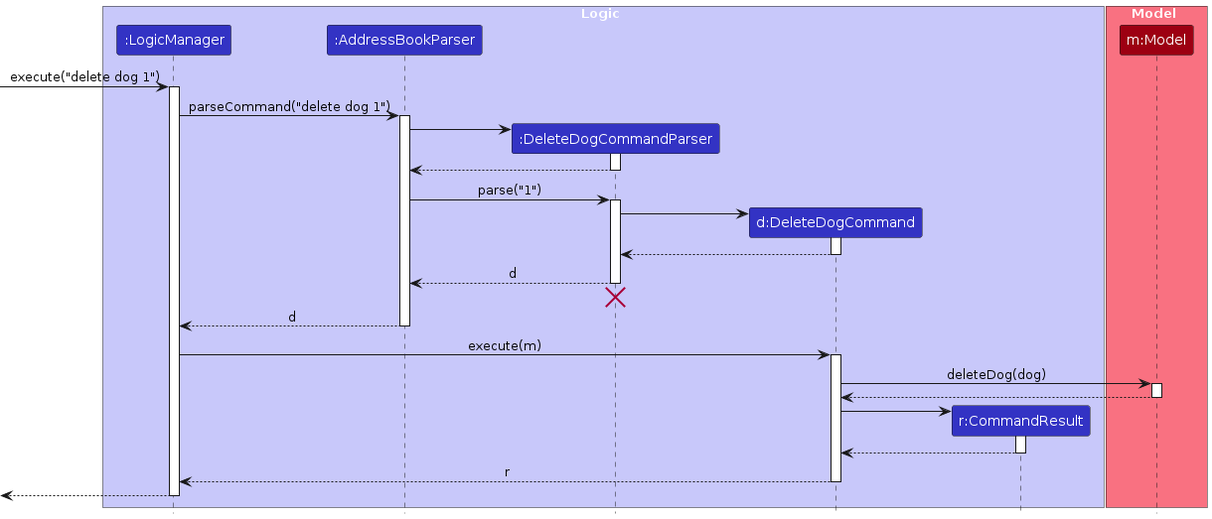
The PlantUML diagram diagrams/DeleteSequenceDiagram.png in AY2627S1-CS2103T-T15-4/tp, before a commit. Its source is kept beside it as diagrams/DeleteSequenceDiagram.puml. The source it was exported from:
```plantuml
@startuml
!include style.puml
skinparam ArrowFontStyle plain

box Logic LOGIC_COLOR_T1
participant ":LogicManager" as LogicManager LOGIC_COLOR
participant ":AddressBookParser" as AddressBookParser LOGIC_COLOR
participant ":DeleteDogCommandParser" as DeleteDogCommandParser LOGIC_COLOR
participant "d:DeleteDogCommand" as DeleteDogCommand LOGIC_COLOR
participant "r:CommandResult" as CommandResult LOGIC_COLOR
end box

box Model MODEL_COLOR_T1
participant "m:Model" as Model MODEL_COLOR
end box

[-> LogicManager : execute("delete dog 1")
activate LogicManager

LogicManager -> AddressBookParser : parseCommand("delete dog 1")
activate AddressBookParser

create DeleteDogCommandParser
AddressBookParser -> DeleteDogCommandParser
activate DeleteDogCommandParser

DeleteDogCommandParser --> AddressBookParser
deactivate DeleteDogCommandParser

AddressBookParser -> DeleteDogCommandParser : parse("1")
activate DeleteDogCommandParser

create DeleteDogCommand
DeleteDogCommandParser -> DeleteDogCommand
activate DeleteDogCommand

DeleteDogCommand --> DeleteDogCommandParser :
deactivate DeleteDogCommand

DeleteDogCommandParser --> AddressBookParser : d
deactivate DeleteDogCommandParser
DeleteDogCommandParser -[hidden]-> AddressBookParser
destroy DeleteDogCommandParser

AddressBookParser --> LogicManager : d
deactivate AddressBookParser

LogicManager -> DeleteDogCommand : execute(m)
activate DeleteDogCommand

DeleteDogCommand -> Model : deleteDog(dog)
activate Model

Model --> DeleteDogCommand
deactivate Model

create CommandResult
DeleteDogCommand -> CommandResult
activate CommandResult

CommandResult --> DeleteDogCommand
deactivate CommandResult

DeleteDogCommand --> LogicManager : r
deactivate DeleteDogCommand

[<--LogicManager
deactivate LogicManager
@enduml
```
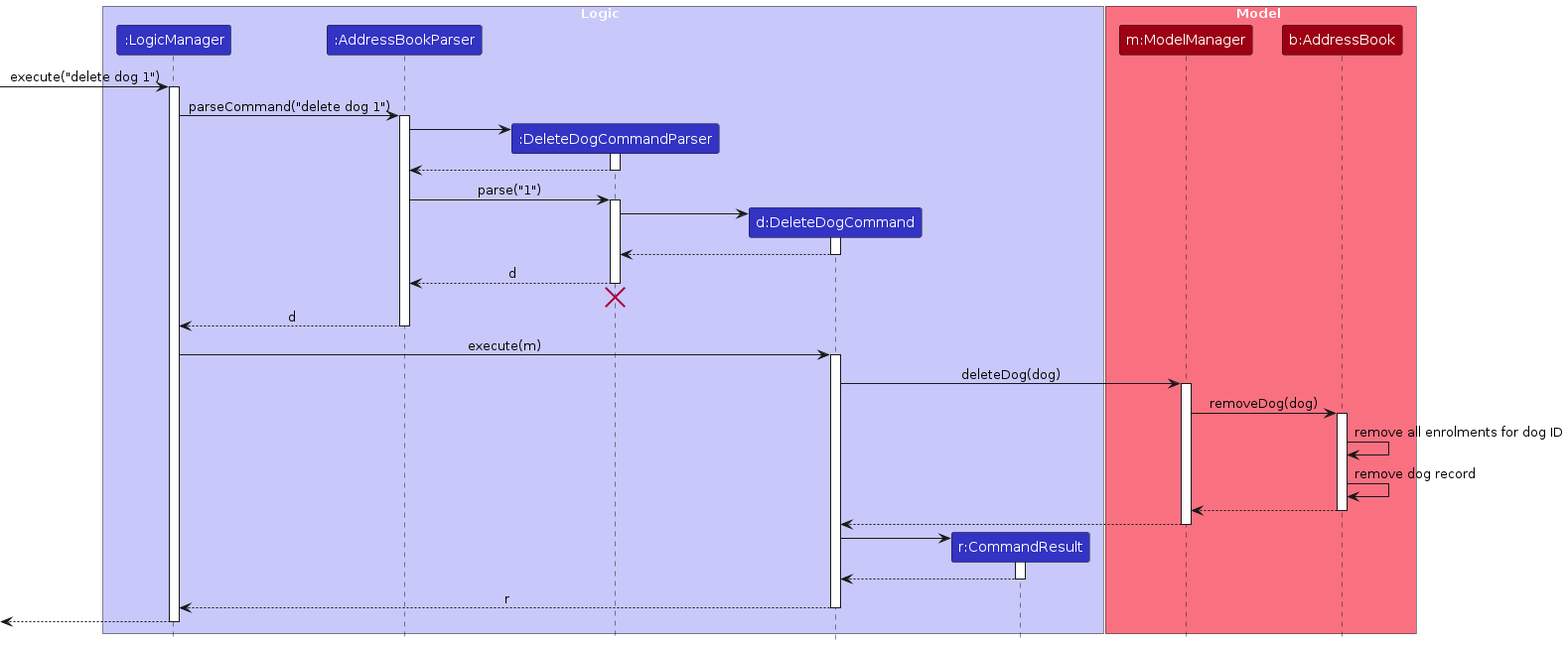
The same file after the commit.

Change to the diagram source:
```diff
@@ -11,7 +11,8 @@
 end box
 
 box Model MODEL_COLOR_T1
-participant "m:Model" as Model MODEL_COLOR
+participant "m:ModelManager" as ModelManager MODEL_COLOR
+participant "b:AddressBook" as AddressBook MODEL_COLOR
 end box
 
 [-> LogicManager : execute("delete dog 1")
@@ -48,11 +49,18 @@
 LogicManager -> DeleteDogCommand : execute(m)
 activate DeleteDogCommand
 
-DeleteDogCommand -> Model : deleteDog(dog)
-activate Model
+DeleteDogCommand -> ModelManager : deleteDog(dog)
+activate ModelManager
 
-Model --> DeleteDogCommand
-deactivate Model
+ModelManager -> AddressBook : removeDog(dog)
+activate AddressBook
+AddressBook -> AddressBook : remove all enrolments for dog ID
+AddressBook -> AddressBook : remove dog record
+AddressBook --> ModelManager
+deactivate AddressBook
+
+ModelManager --> DeleteDogCommand
+deactivate ModelManager
 
 create CommandResult
 DeleteDogCommand -> CommandResult
```
